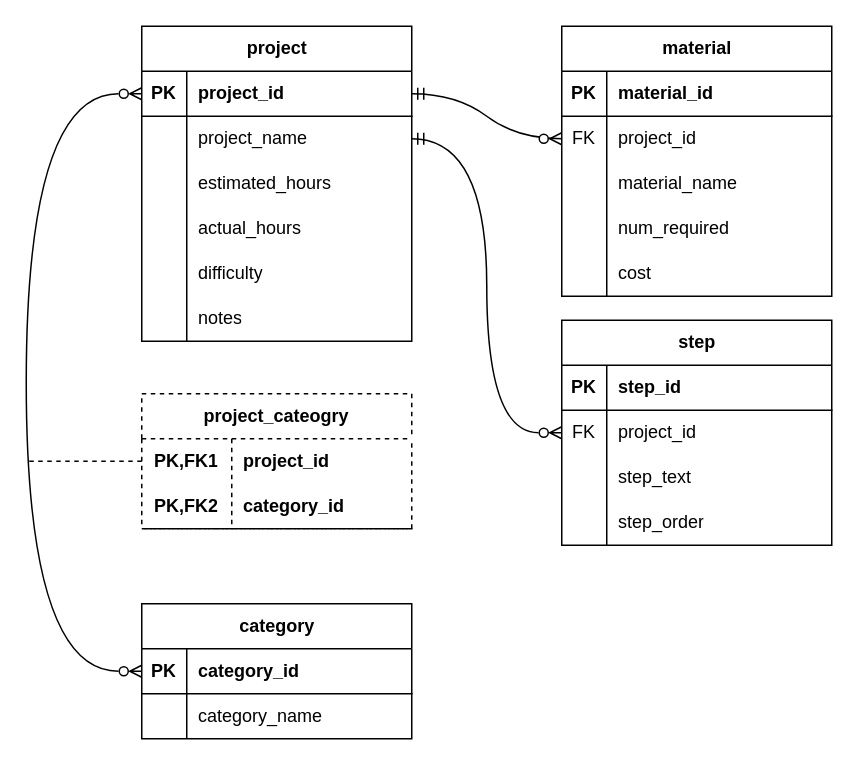
Earlier version of the draw.io diagram src/main/resources/projects_erd.drawio (ProjectGrantwood/mysql-java-projects). Source tidied: cells renumbered, new cells numbered last; positions are measured from the earlier drawing's top-left corner, leaving out a move shared by most shapes. Both pictures are drawn from the tidied source at 150%, with x=0, y=0 at pixel (26, 26).
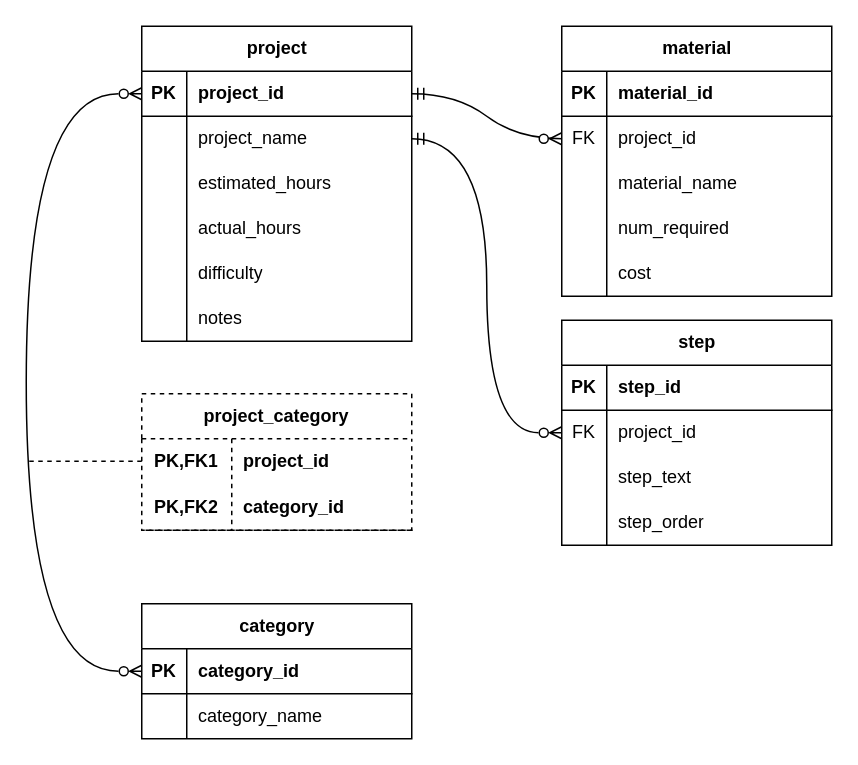
The same page after the edit.

Change to the diagram source:
```diff
@@
-    <mxCell id="59" value="project_cateogry" style="shape=table;startSize=30;childLayout=tableLayout;rowLines=0;fontStyle=1;align=center;html=1;whiteSpace=wrap;dashed=1;" parent="1" vertex="1">
-      <mxGeometry x="77" y="245" width="180" height="90" as="geometry" />
+    <mxCell id="59" value="project_category" style="shape=table;startSize=30;childLayout=tableLayout;rowLines=0;fontStyle=1;align=center;html=1;whiteSpace=wrap;dashed=1;" parent="1" vertex="1">
+      <mxGeometry x="77" y="245" width="180" height="91" as="geometry" />
     </mxCell>
@@
     <mxCell id="63" style="shape=tableRow;horizontal=0;startSize=0;swimlaneHead=0;swimlaneBody=0;fillColor=none;top=0;left=0;right=0;bottom=1;html=1;dashed=1;" parent="59" vertex="1">
-      <mxGeometry y="60" width="180" height="30" as="geometry" />
+      <mxGeometry y="60" width="180" height="31" as="geometry" />
     </mxCell>
     <mxCell id="64" value="PK,FK2" style="shape=partialRectangle;fillColor=none;top=0;left=0;bottom=0;right=0;fontStyle=1;overflow=hidden;html=1;whiteSpace=wrap;dashed=1;" parent="63" vertex="1">
-      <mxGeometry width="60" height="30" as="geometry" />
+      <mxGeometry width="60" height="31" as="geometry" />
     </mxCell>
     <mxCell id="65" value="category_id" style="shape=partialRectangle;fillColor=none;top=0;left=0;bottom=0;right=0;align=left;spacingLeft=6;fontStyle=1;overflow=hidden;html=1;whiteSpace=wrap;dashed=1;" parent="63" vertex="1">
-      <mxGeometry x="60" width="120" height="30" as="geometry" />
+      <mxGeometry x="60" width="120" height="31" as="geometry" />
     </mxCell>
```
